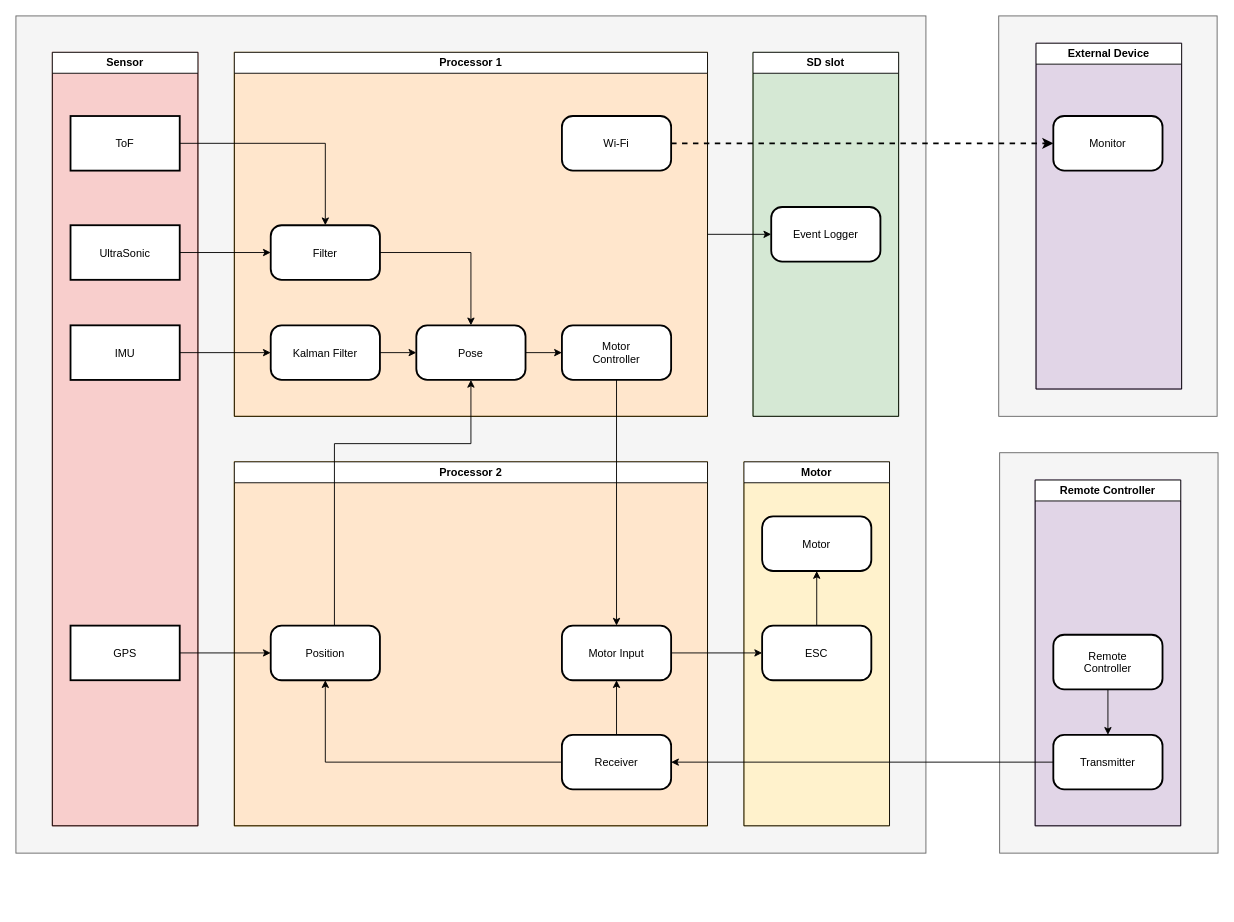
The draw.io diagram diagram/systemArchitecture.drawio in OProcessing/giantHornet, before the edit. Source tidied: cells renumbered, new cells numbered last; positions are measured from the earlier drawing's top-left corner, leaving out a move shared by most shapes. Both pictures are drawn from the tidied source at 91%, with x=0, y=0 at pixel (15, 15).
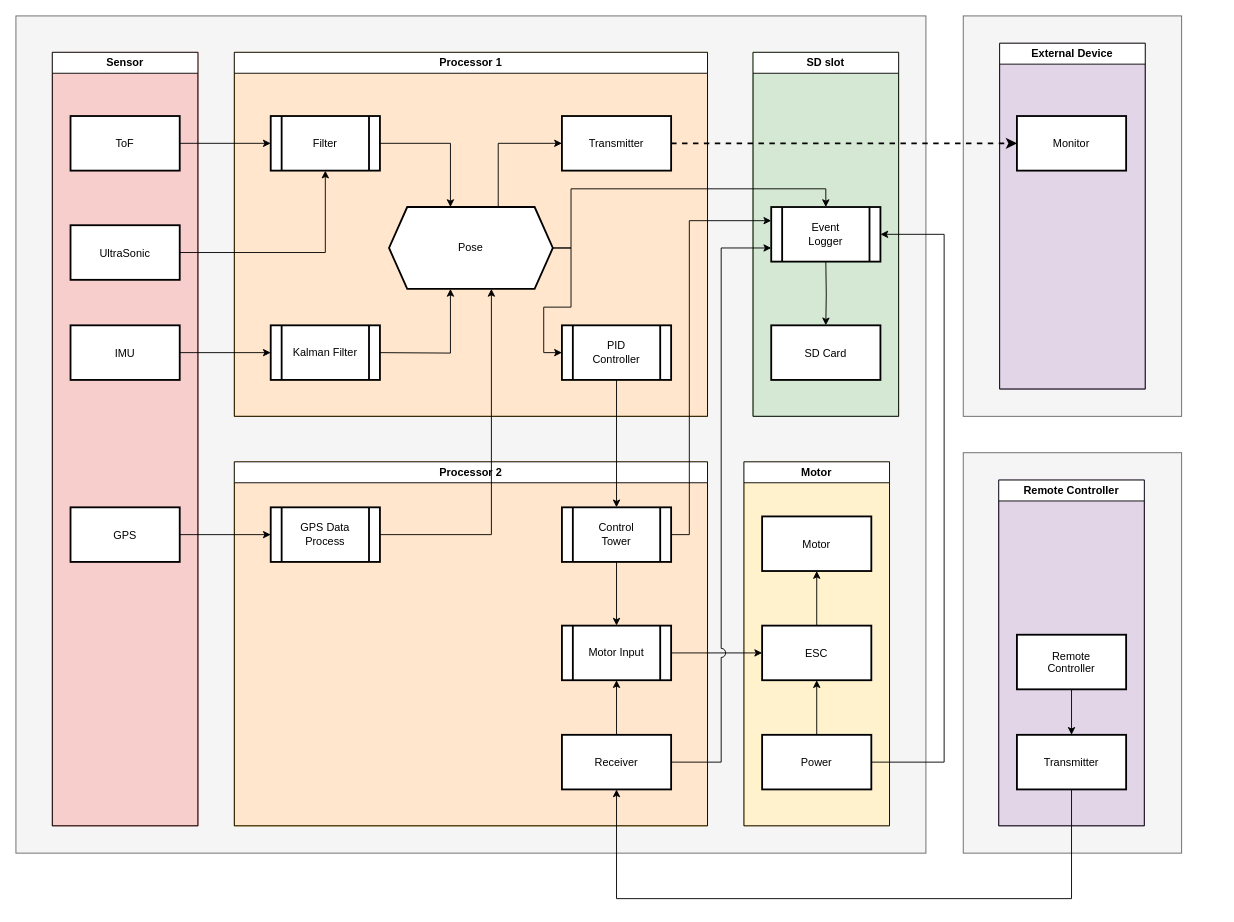
After the change.

Unchanged cells that the change refers to:
```xml
<mxCell id="5" style="rounded=0;whiteSpace=wrap;html=1;fillColor=#ffe6cc;strokeColor=#d79b00;" parent="1" vertex="1">
  <mxGeometry x="240" y="40" width="520" height="400" as="geometry" />
</mxCell>
<mxCell id="23" value="Processor 2" style="swimlane;whiteSpace=wrap;html=1;" parent="1" vertex="1">
  <mxGeometry x="240" y="490" width="520" height="400" as="geometry" />
</mxCell>
<mxCell id="34" value="UltraSonic" style="rounded=0;arcSize=20;strokeWidth=2;" parent="1" vertex="1">
  <mxGeometry x="60" y="230" width="120" height="60" as="geometry" />
</mxCell>
```

The edit, as a diff of the source:
```diff
@@
-    <mxCell id="7" style="edgeStyle=orthogonalEdgeStyle;rounded=0;jettySize=auto;html=1;" parent="1" edge="1" source="30" target="13">
-      <mxGeometry relative="1" as="geometry" />
-    </mxCell>
@@
-    <mxCell id="10" value="Processor 1" style="swimlane;whiteSpace=wrap;html=1;" parent="1" vertex="1">
+    <mxCell id="10" value="Processor 1" style="swimlane;whiteSpace=wrap;html=1;rounded=0;swimlaneLine=1;" parent="1" vertex="1">
       <mxGeometry x="240" y="40" width="520" height="400" as="geometry" />
     </mxCell>
-    <mxCell id="11" value="Motor&#10;Controller" style="rounded=1;arcSize=20;strokeWidth=2;" parent="10" vertex="1">
-      <mxGeometry x="360" y="300" width="120" height="60" as="geometry" />
-    </mxCell>
-    <mxCell id="12" value="Kalman Filter" style="rounded=1;arcSize=20;strokeWidth=2;" parent="10" vertex="1">
-      <mxGeometry x="40" y="300" width="120" height="60" as="geometry" />
-    </mxCell>
+    <mxCell id="54" style="edgeStyle=orthogonalEdgeStyle;rounded=0;jettySize=auto;html=1;entryX=0;entryY=0.5;entryDx=0;entryDy=0;" parent="10" edge="1" source="13" target="55">
+      <mxGeometry relative="1" as="geometry" />
+    </mxCell>
-    <mxCell id="13" value="Pose" style="rounded=1;arcSize=20;strokeWidth=2;" parent="10" vertex="1">
-      <mxGeometry x="200" y="300" width="120" height="60" as="geometry" />
+    <mxCell id="13" value="Pose" style="shape=hexagon;perimeter=hexagonPerimeter2;whiteSpace=wrap;html=1;fixedSize=1;strokeWidth=2;" parent="10" vertex="1">
+      <mxGeometry x="170" y="170" width="180" height="90" as="geometry" />
     </mxCell>
-    <mxCell id="14" value="IMU" style="rounded=0;arcSize=20;strokeWidth=2;" parent="10" vertex="1">
-      <mxGeometry x="-180" y="300" width="120" height="60" as="geometry" />
-    </mxCell>
-    <mxCell id="15" style="edgeStyle=orthogonalEdgeStyle;rounded=0;jettySize=auto;html=1;" parent="10" edge="1" source="12" target="13">
-      <mxGeometry relative="1" as="geometry" />
-    </mxCell>
-    <mxCell id="16" style="edgeStyle=orthogonalEdgeStyle;rounded=0;jettySize=auto;html=1;" parent="10" edge="1" source="13" target="11">
-      <mxGeometry relative="1" as="geometry" />
-    </mxCell>
-    <mxCell id="17" style="edgeStyle=orthogonalEdgeStyle;rounded=0;jettySize=auto;html=1;" parent="10" edge="1" source="14" target="12">
-      <mxGeometry relative="1" as="geometry" />
-    </mxCell>
-    <mxCell id="18" value="Wi-Fi" style="rounded=1;arcSize=20;strokeWidth=2;" parent="10" vertex="1">
-      <mxGeometry x="360" y="70" width="120" height="60" as="geometry" />
-    </mxCell>
+    <mxCell id="55" value="PID&lt;div&gt;Controller&lt;/div&gt;" style="shape=process;whiteSpace=wrap;html=1;backgroundOutline=1;strokeWidth=2;" parent="10" vertex="1">
+      <mxGeometry x="360" y="300" width="120" height="60" as="geometry" />
+    </mxCell>
+    <mxCell id="30" value="Filter" style="shape=process;whiteSpace=wrap;html=1;backgroundOutline=1;strokeWidth=2;" parent="10" vertex="1">
+      <mxGeometry x="40" y="70" width="120" height="60" as="geometry" />
+    </mxCell>
+    <mxCell id="7" style="edgeStyle=orthogonalEdgeStyle;rounded=0;jettySize=auto;html=1;entryX=0.375;entryY=0;entryDx=0;entryDy=0;" parent="10" edge="1" source="30" target="13">
+      <mxGeometry relative="1" as="geometry" />
+    </mxCell>
     <mxCell id="19" style="rounded=0;whiteSpace=wrap;html=1;fillColor=#f5f5f5;fontColor=#333333;strokeColor=#666666;" parent="1" vertex="1">
-      <mxGeometry x="1081" y="480" width="240" height="440" as="geometry" />
+      <mxGeometry x="1041" y="480" width="240" height="440" as="geometry" />
     </mxCell>
     <mxCell id="20" style="rounded=0;whiteSpace=wrap;html=1;fillColor=#e1d5e7;strokeColor=#9673a6;" parent="1" vertex="1">
-      <mxGeometry x="1120" y="510" width="160" height="380" as="geometry" />
+      <mxGeometry x="1080" y="510" width="160" height="380" as="geometry" />
     </mxCell>
     <mxCell id="21" value="Remote Controller" style="swimlane;whiteSpace=wrap;html=1;" parent="1" vertex="1">
-      <mxGeometry x="1120" y="510" width="160" height="380" as="geometry" />
+      <mxGeometry x="1080" y="510" width="160" height="380" as="geometry" />
     </mxCell>
-    <mxCell id="22" style="edgeStyle=orthogonalEdgeStyle;rounded=0;jettySize=auto;html=1;" parent="1" edge="1" source="26" target="37">
-      <mxGeometry relative="1" as="geometry" />
+    <mxCell id="22" style="edgeStyle=orthogonalEdgeStyle;rounded=0;jettySize=auto;html=1;entryX=0.5;entryY=1;entryDx=0;entryDy=0;exitX=0.5;exitY=1;exitDx=0;exitDy=0;" parent="1" edge="1" source="26" target="37">
+      <mxGeometry relative="1" as="geometry">
+        <Array as="points">
+          <mxPoint x="1160" y="970" />
+          <mxPoint x="660" y="970" />
+        </Array>
+      </mxGeometry>
     </mxCell>
@@
-    <mxCell id="24" value="Motor Input" style="rounded=1;arcSize=20;strokeWidth=2;" parent="23" vertex="1">
-      <mxGeometry x="360" y="180" width="120" height="60" as="geometry" />
-    </mxCell>
+    <mxCell id="56" value="Control&lt;br&gt;Tower" style="shape=process;whiteSpace=wrap;html=1;backgroundOutline=1;strokeWidth=2;" parent="23" vertex="1">
+      <mxGeometry x="360" y="50" width="120" height="60" as="geometry" />
+    </mxCell>
-    <mxCell id="25" style="edgeStyle=orthogonalEdgeStyle;rounded=0;jettySize=auto;html=1;" parent="1" edge="1" source="24" target="43">
+    <mxCell id="25" style="edgeStyle=orthogonalEdgeStyle;rounded=0;jettySize=auto;html=1;" parent="1" edge="1" target="43">
       <mxGeometry relative="1" as="geometry">
+        <mxPoint x="720" y="700" as="sourcePoint" />
         <Array as="points">
           <mxPoint x="830" y="700" />
         </Array>
       </mxGeometry>
     </mxCell>
-    <mxCell id="26" value="Transmitter" style="rounded=1;arcSize=20;strokeWidth=2;" parent="1" vertex="1">
-      <mxGeometry x="1140" y="790" width="120" height="60" as="geometry" />
+    <mxCell id="26" value="Transmitter" style="rounded=0;arcSize=20;strokeWidth=2;" parent="1" vertex="1">
+      <mxGeometry x="1100" y="790" width="120" height="60" as="geometry" />
     </mxCell>
-    <mxCell id="27" value="Remote&#10;Controller" style="rounded=1;arcSize=20;strokeWidth=2;" parent="1" vertex="1">
-      <mxGeometry x="1140" y="680" width="120" height="60" as="geometry" />
+    <mxCell id="27" value="Remote&#10;Controller" style="rounded=0;arcSize=20;strokeWidth=2;" parent="1" vertex="1">
+      <mxGeometry x="1100" y="680" width="120" height="60" as="geometry" />
     </mxCell>
@@
-    <mxCell id="29" style="edgeStyle=orthogonalEdgeStyle;rounded=0;jettySize=auto;html=1;" parent="1" edge="1" source="11" target="24">
-      <mxGeometry relative="1" as="geometry" />
-    </mxCell>
-    <mxCell id="30" value="Filter" style="rounded=1;arcSize=20;strokeWidth=2;" parent="1" vertex="1">
-      <mxGeometry x="280" y="230" width="120" height="60" as="geometry" />
-    </mxCell>
@@
-    <mxCell id="32" style="edgeStyle=orthogonalEdgeStyle;rounded=0;jettySize=auto;html=1;" parent="1" edge="1" source="34" target="30">
+    <mxCell id="32" style="edgeStyle=orthogonalEdgeStyle;rounded=0;jettySize=auto;html=1;entryX=0.5;entryY=1;entryDx=0;entryDy=0;" parent="1" edge="1" source="34" target="30">
       <mxGeometry relative="1" as="geometry" />
     </mxCell>
@@
-    <mxCell id="35" style="edgeStyle=orthogonalEdgeStyle;rounded=0;jettySize=auto;html=1;" parent="1" edge="1" source="37" target="24">
-      <mxGeometry relative="1" as="geometry" />
+    <mxCell id="35" style="edgeStyle=orthogonalEdgeStyle;rounded=0;jettySize=auto;html=1;" parent="1" edge="1" source="37">
+      <mxGeometry relative="1" as="geometry">
+        <mxPoint x="660" y="730" as="targetPoint" />
+      </mxGeometry>
     </mxCell>
-    <mxCell id="36" style="edgeStyle=orthogonalEdgeStyle;rounded=0;jettySize=auto;html=1;" parent="1" edge="1" source="37" target="40">
-      <mxGeometry relative="1" as="geometry" />
-    </mxCell>
-    <mxCell id="37" value="Receiver" style="rounded=1;arcSize=20;strokeWidth=2;" parent="1" vertex="1">
+    <mxCell id="37" value="Receiver" style="rounded=0;arcSize=20;strokeWidth=2;" parent="1" vertex="1">
       <mxGeometry x="600" y="790" width="120" height="60" as="geometry" />
     </mxCell>
     <mxCell id="38" value="GPS" style="rounded=0;arcSize=20;strokeWidth=2;" parent="1" vertex="1">
-      <mxGeometry x="60" y="670" width="120" height="60" as="geometry" />
+      <mxGeometry x="60" y="540" width="120" height="60" as="geometry" />
     </mxCell>
-    <mxCell id="39" style="edgeStyle=orthogonalEdgeStyle;rounded=0;jettySize=auto;html=1;" parent="1" edge="1" source="40" target="13">
-      <mxGeometry relative="1" as="geometry">
-        <Array as="points">
-          <mxPoint x="350" y="470" />
-          <mxPoint x="500" y="470" />
-        </Array>
-      </mxGeometry>
-    </mxCell>
-    <mxCell id="40" value="Position" style="rounded=1;arcSize=20;strokeWidth=2;" parent="1" vertex="1">
-      <mxGeometry x="280" y="670" width="120" height="60" as="geometry" />
-    </mxCell>
-    <mxCell id="41" style="edgeStyle=orthogonalEdgeStyle;rounded=0;jettySize=auto;html=1;entryX=0;entryY=0.5;entryDx=0;entryDy=0;" parent="1" edge="1" source="38" target="40">
+    <mxCell id="41" style="edgeStyle=orthogonalEdgeStyle;rounded=0;jettySize=auto;html=1;" parent="1" edge="1" source="38" target="61">
       <mxGeometry relative="1" as="geometry" />
     </mxCell>
-    <mxCell id="42" value="Motor" style="rounded=1;arcSize=20;strokeWidth=2;" parent="1" vertex="1">
+    <mxCell id="42" value="Motor" style="rounded=0;arcSize=20;strokeWidth=2;" parent="1" vertex="1">
       <mxGeometry x="820" y="550" width="120" height="60" as="geometry" />
     </mxCell>
-    <mxCell id="43" value="ESC" style="rounded=1;arcSize=20;strokeWidth=2;" parent="1" vertex="1">
+    <mxCell id="43" value="ESC" style="rounded=0;arcSize=20;strokeWidth=2;" parent="1" vertex="1">
       <mxGeometry x="820" y="670" width="120" height="60" as="geometry" />
     </mxCell>
@@
     <mxCell id="45" style="rounded=0;whiteSpace=wrap;html=1;fillColor=#f5f5f5;fontColor=#333333;strokeColor=#666666;" parent="1" vertex="1">
-      <mxGeometry x="1080" width="240" height="440" as="geometry" />
+      <mxGeometry x="1041" width="240" height="440" as="geometry" />
     </mxCell>
     <mxCell id="46" style="rounded=0;whiteSpace=wrap;html=1;fillColor=#e1d5e7;strokeColor=#9673a6;" parent="1" vertex="1">
-      <mxGeometry x="1121" y="30" width="160" height="380" as="geometry" />
+      <mxGeometry x="1081" y="30" width="160" height="380" as="geometry" />
     </mxCell>
     <mxCell id="47" value="External Device" style="swimlane;whiteSpace=wrap;html=1;" parent="1" vertex="1">
-      <mxGeometry x="1121" y="30" width="160" height="380" as="geometry" />
+      <mxGeometry x="1081" y="30" width="160" height="380" as="geometry" />
     </mxCell>
-    <mxCell id="48" value="Monitor" style="rounded=1;arcSize=20;strokeWidth=2;" parent="47" vertex="1">
+    <mxCell id="48" value="Monitor" style="rounded=0;arcSize=20;strokeWidth=2;" parent="47" vertex="1">
       <mxGeometry x="19" y="80" width="120" height="60" as="geometry" />
     </mxCell>
@@
-    <mxCell id="50" value="SD slot" style="swimlane;whiteSpace=wrap;html=1;" parent="1" vertex="1">
+    <mxCell id="50" value="SD slot" style="swimlane;whiteSpace=wrap;html=1;rounded=0;" parent="1" vertex="1">
       <mxGeometry x="810" y="40" width="160" height="400" as="geometry" />
     </mxCell>
+    <mxCell id="57" style="edgeStyle=orthogonalEdgeStyle;rounded=0;jettySize=auto;html=1;" parent="50" edge="1" target="58">
+      <mxGeometry relative="1" as="geometry">
+        <mxPoint x="80" y="230" as="sourcePoint" />
+      </mxGeometry>
+    </mxCell>
+    <mxCell id="58" value="SD Card" style="rounded=0;arcSize=20;strokeWidth=2;" parent="50" vertex="1">
+      <mxGeometry x="20" y="300" width="120" height="60" as="geometry" />
+    </mxCell>
+    <mxCell id="52" style="edgeStyle=orthogonalEdgeStyle;rounded=0;jettySize=auto;html=1;curved=0;jumpStyle=none;dashed=1;strokeWidth=2;" parent="1" edge="1" source="18" target="48">
+      <mxGeometry relative="1" as="geometry" />
+    </mxCell>
+    <mxCell id="14" value="IMU" style="rounded=0;arcSize=20;strokeWidth=2;" parent="1" vertex="1">
+      <mxGeometry x="60" y="340" width="120" height="60" as="geometry" />
+    </mxCell>
+    <mxCell id="15" style="edgeStyle=orthogonalEdgeStyle;rounded=0;jettySize=auto;html=1;entryX=0.375;entryY=1;entryDx=0;entryDy=0;" parent="1" edge="1" target="13">
+      <mxGeometry relative="1" as="geometry">
+        <mxPoint x="400" y="370" as="sourcePoint" />
+      </mxGeometry>
+    </mxCell>
+    <mxCell id="17" style="edgeStyle=orthogonalEdgeStyle;rounded=0;jettySize=auto;html=1;" parent="1" edge="1" source="14" target="12">
+      <mxGeometry relative="1" as="geometry" />
+    </mxCell>
+    <mxCell id="18" value="Transmitter" style="rounded=0;arcSize=20;strokeWidth=2;" parent="1" vertex="1">
+      <mxGeometry x="600" y="110" width="120" height="60" as="geometry" />
+    </mxCell>
+    <mxCell id="12" value="Kalman Filter" style="shape=process;whiteSpace=wrap;html=1;backgroundOutline=1;strokeWidth=2;" parent="1" vertex="1">
+      <mxGeometry x="280" y="340" width="120" height="60" as="geometry" />
+    </mxCell>
+    <mxCell id="59" style="edgeStyle=orthogonalEdgeStyle;rounded=0;jettySize=auto;html=1;entryX=0.625;entryY=1;entryDx=0;entryDy=0;" parent="1" edge="1" source="61" target="13">
+      <mxGeometry relative="1" as="geometry" />
+    </mxCell>
+    <mxCell id="60" style="edgeStyle=orthogonalEdgeStyle;rounded=0;jettySize=auto;html=1;" parent="1" edge="1" source="13" target="18">
+      <mxGeometry relative="1" as="geometry">
+        <Array as="points">
+          <mxPoint x="530" y="140" />
+        </Array>
+      </mxGeometry>
+    </mxCell>
-    <mxCell id="51" value="Event Logger" style="rounded=1;arcSize=20;strokeWidth=2;" parent="50" vertex="1">
-      <mxGeometry x="20" y="170" width="120" height="60" as="geometry" />
+    <mxCell id="51" value="Event&lt;br&gt;Logger" style="shape=process;whiteSpace=wrap;html=1;backgroundOutline=1;strokeWidth=2;" parent="1" vertex="1">
+      <mxGeometry x="830" y="210" width="120" height="60" as="geometry" />
     </mxCell>
-    <mxCell id="52" style="edgeStyle=orthogonalEdgeStyle;rounded=0;jettySize=auto;html=1;curved=0;jumpStyle=none;dashed=1;strokeWidth=2;" parent="1" edge="1" source="18" target="48">
-      <mxGeometry relative="1" as="geometry" />
-    </mxCell>
-    <mxCell id="53" style="edgeStyle=orthogonalEdgeStyle;rounded=0;jettySize=auto;html=1;" parent="1" edge="1" source="5" target="51">
-      <mxGeometry relative="1" as="geometry" />
-    </mxCell>
+    <mxCell id="24" value="Motor Input" style="shape=process;whiteSpace=wrap;html=1;backgroundOutline=1;strokeWidth=2;" parent="1" vertex="1">
+      <mxGeometry x="600" y="670" width="120" height="60" as="geometry" />
+    </mxCell>
+    <mxCell id="61" value="GPS Data&lt;div&gt;Process&lt;/div&gt;" style="shape=process;whiteSpace=wrap;html=1;backgroundOutline=1;strokeWidth=2;" parent="1" vertex="1">
+      <mxGeometry x="280" y="540" width="120" height="60" as="geometry" />
+    </mxCell>
+    <mxCell id="62" style="edgeStyle=orthogonalEdgeStyle;rounded=0;jettySize=auto;html=1;entryX=0.5;entryY=0;entryDx=0;entryDy=0;" parent="1" edge="1" source="13" target="51">
+      <mxGeometry relative="1" as="geometry">
+        <Array as="points">
+          <mxPoint x="610" y="255" />
+          <mxPoint x="610" y="190" />
+          <mxPoint x="890" y="190" />
+        </Array>
+      </mxGeometry>
+    </mxCell>
+    <mxCell id="63" style="edgeStyle=orthogonalEdgeStyle;rounded=0;jettySize=auto;html=1;" parent="1" edge="1" source="65" target="43">
+      <mxGeometry relative="1" as="geometry" />
+    </mxCell>
+    <mxCell id="64" style="edgeStyle=orthogonalEdgeStyle;rounded=0;jettySize=auto;html=1;entryX=1;entryY=0.5;entryDx=0;entryDy=0;" parent="1" edge="1" source="65" target="51">
+      <mxGeometry relative="1" as="geometry">
+        <Array as="points">
+          <mxPoint x="1020" y="820" />
+          <mxPoint x="1020" y="240" />
+        </Array>
+      </mxGeometry>
+    </mxCell>
+    <mxCell id="65" value="Power" style="rounded=0;arcSize=20;strokeWidth=2;" parent="1" vertex="1">
+      <mxGeometry x="820" y="790" width="120" height="60" as="geometry" />
+    </mxCell>
+    <mxCell id="66" style="edgeStyle=orthogonalEdgeStyle;rounded=0;jettySize=auto;html=1;" parent="1" edge="1" source="55" target="56">
+      <mxGeometry relative="1" as="geometry" />
+    </mxCell>
+    <mxCell id="67" style="edgeStyle=orthogonalEdgeStyle;rounded=0;jettySize=auto;html=1;" parent="1" edge="1" source="56" target="24">
+      <mxGeometry relative="1" as="geometry" />
+    </mxCell>
+    <mxCell id="68" style="edgeStyle=orthogonalEdgeStyle;rounded=0;jettySize=auto;html=1;entryX=0;entryY=0.25;entryDx=0;entryDy=0;" parent="1" edge="1" source="56" target="51">
+      <mxGeometry relative="1" as="geometry">
+        <Array as="points">
+          <mxPoint x="740" y="570" />
+          <mxPoint x="740" y="225" />
+        </Array>
+      </mxGeometry>
+    </mxCell>
+    <mxCell id="69" style="edgeStyle=orthogonalEdgeStyle;rounded=0;jettySize=auto;html=1;entryX=0;entryY=0.75;entryDx=0;entryDy=0;jumpStyle=arc;jumpSize=10;" parent="1" edge="1" source="37" target="51">
+      <mxGeometry relative="1" as="geometry" />
+    </mxCell>
```
